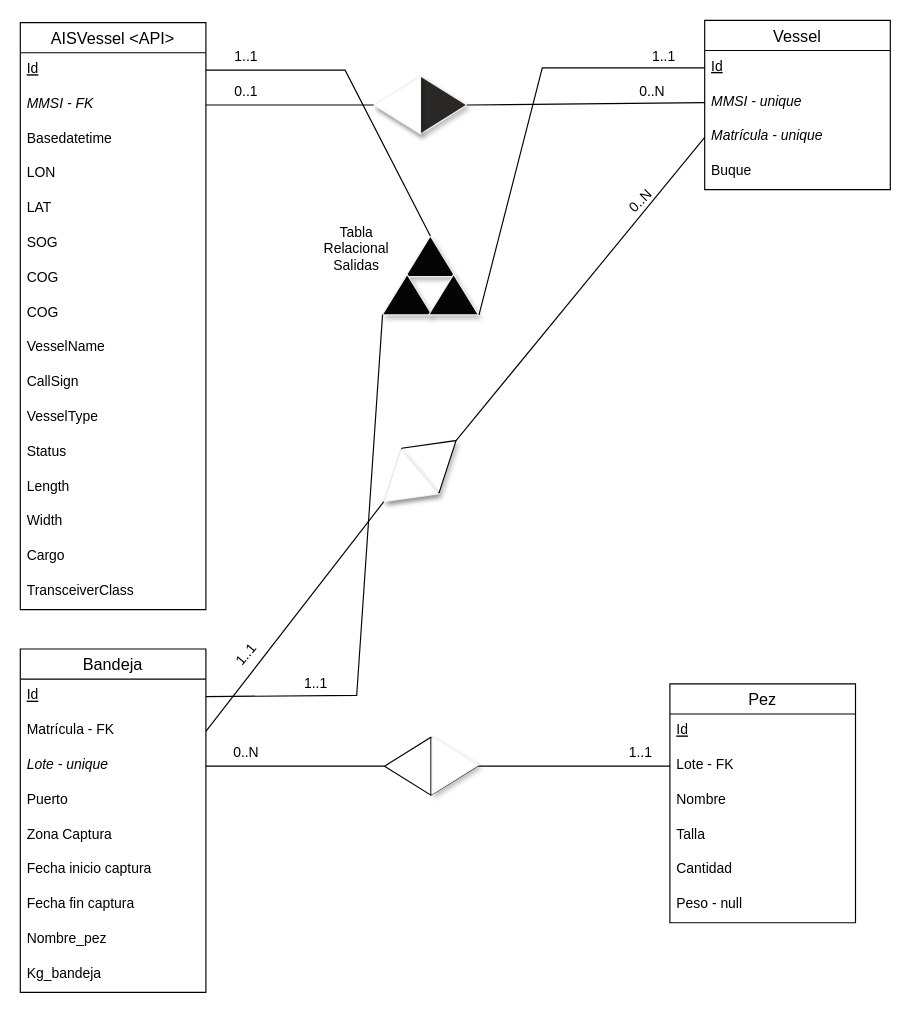
Earlier version of the draw.io diagram documentos_asociados/BBDD_Final.drawio (sebaspasker/webGIS-deepfish). Source tidied: cells renumbered, new cells numbered last; positions are measured from the earlier drawing's top-left corner, leaving out a move shared by most shapes. Both pictures are drawn from the tidied source at 116%, with x=0, y=0 at pixel (20, 20).
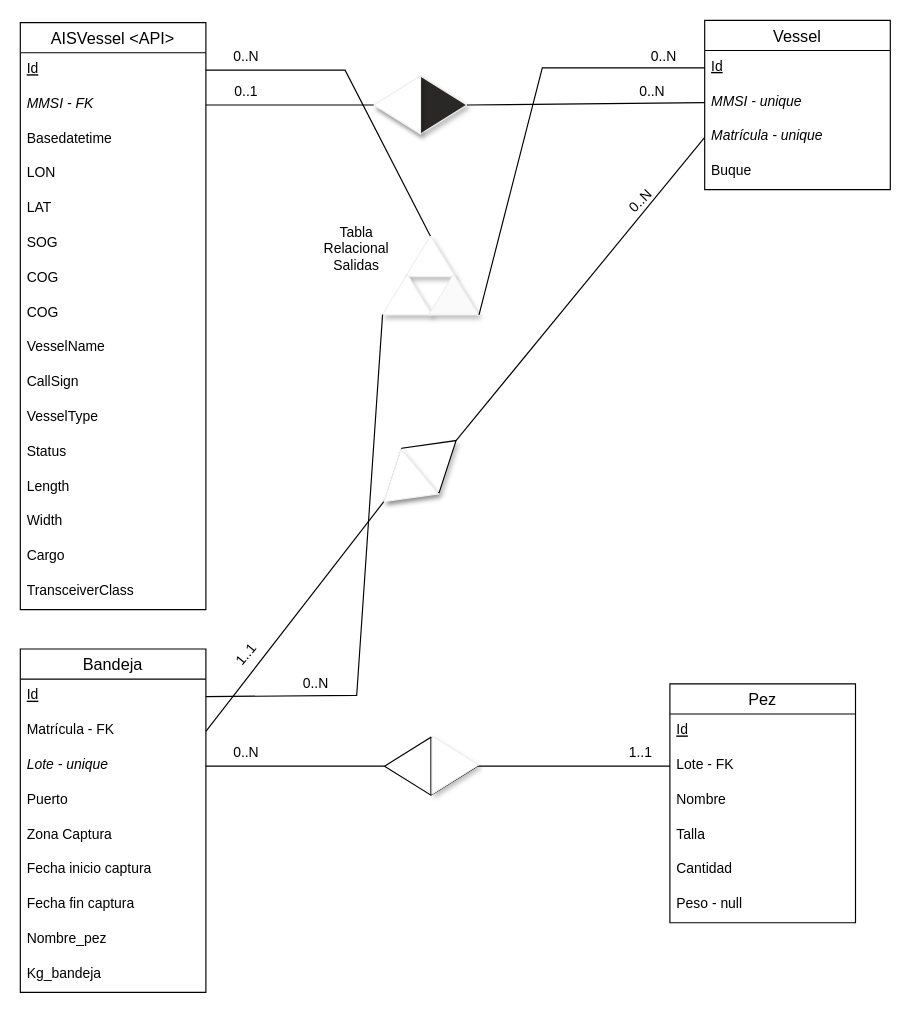
The same page after the edit.

Commit message (it also covers changes not shown here):
Small change DB and automatization install

Diff of the diagram source:
```diff
@@
-    <mxCell id="60" style="triangle;whiteSpace=wrap;html=1;shadow=1;strokeColor=#F0F0F0;fillColor=#050505;rotation=-90;" parent="1" vertex="1">
+    <mxCell id="60" style="triangle;whiteSpace=wrap;html=1;shadow=1;strokeColor=#F0F0F0;fillColor=#FFFFFF;rotation=-90;" parent="1" vertex="1">
       <mxGeometry x="336" y="182" width="35" height="43" as="geometry" />
     </mxCell>
-    <mxCell id="61" style="triangle;whiteSpace=wrap;html=1;shadow=1;strokeColor=#F0F0F0;fillColor=#050505;rotation=-90;" parent="1" vertex="1">
+    <mxCell id="61" style="triangle;whiteSpace=wrap;html=1;shadow=1;strokeColor=#F0F0F0;fillColor=#FFFFFF;rotation=-90;" parent="1" vertex="1">
       <mxGeometry x="316" y="215" width="35" height="43" as="geometry" />
     </mxCell>
-    <mxCell id="62" style="triangle;whiteSpace=wrap;html=1;shadow=1;strokeColor=#F0F0F0;fillColor=#050505;rotation=-90;" parent="1" vertex="1">
+    <mxCell id="62" style="triangle;whiteSpace=wrap;html=1;shadow=1;strokeColor=#F0F0F0;fillColor=#FAFAFA;rotation=-90;" parent="1" vertex="1">
       <mxGeometry x="356" y="215" width="35" height="43" as="geometry" />
     </mxCell>
@@
-    <mxCell id="67" value="1..1" style="text;html=1;strokeColor=none;fillColor=none;align=center;verticalAlign=middle;whiteSpace=wrap;rounded=0;shadow=1;rotation=0;" parent="1" vertex="1">
+    <mxCell id="67" value="0..N" style="text;html=1;strokeColor=none;fillColor=none;align=center;verticalAlign=middle;whiteSpace=wrap;rounded=0;shadow=1;rotation=0;" parent="1" vertex="1">
       <mxGeometry x="170" y="22" width="50" height="20" as="geometry" />
     </mxCell>
-    <mxCell id="68" value="1..1" style="text;html=1;strokeColor=none;fillColor=none;align=center;verticalAlign=middle;whiteSpace=wrap;rounded=0;shadow=1;rotation=0;" parent="1" vertex="1">
+    <mxCell id="68" value="0..N" style="text;html=1;strokeColor=none;fillColor=none;align=center;verticalAlign=middle;whiteSpace=wrap;rounded=0;shadow=1;rotation=0;" parent="1" vertex="1">
       <mxGeometry x="530" y="22" width="50" height="20" as="geometry" />
     </mxCell>
-    <mxCell id="69" value="1..1" style="text;html=1;strokeColor=none;fillColor=none;align=center;verticalAlign=middle;whiteSpace=wrap;rounded=0;shadow=1;rotation=0;" parent="1" vertex="1">
+    <mxCell id="69" value="0..N" style="text;html=1;strokeColor=none;fillColor=none;align=center;verticalAlign=middle;whiteSpace=wrap;rounded=0;shadow=1;rotation=0;" parent="1" vertex="1">
       <mxGeometry x="230" y="562" width="50" height="20" as="geometry" />
     </mxCell>
```
